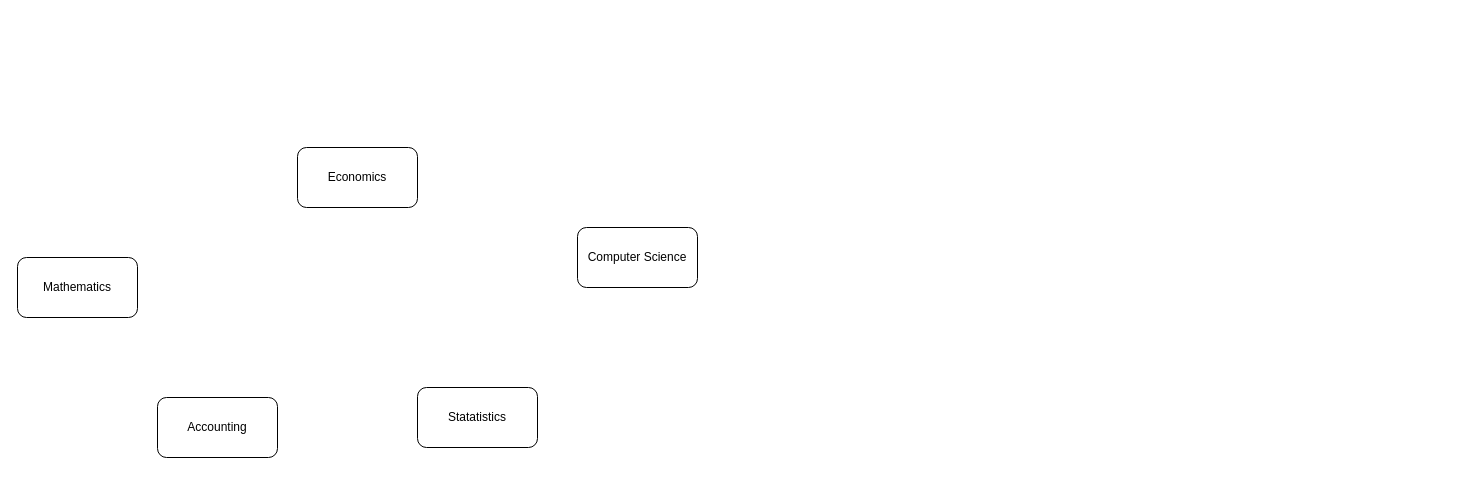
Above: understanding-averything-software.drawio in chavp/data-modeling (draw.io), before the change. Source tidied: cells renumbered, new cells numbered last; positions are measured from the earlier drawing's top-left corner, leaving out a move shared by most shapes. Both pictures are drawn from the tidied source at 100%, with x=0, y=0 at pixel (17, 147).
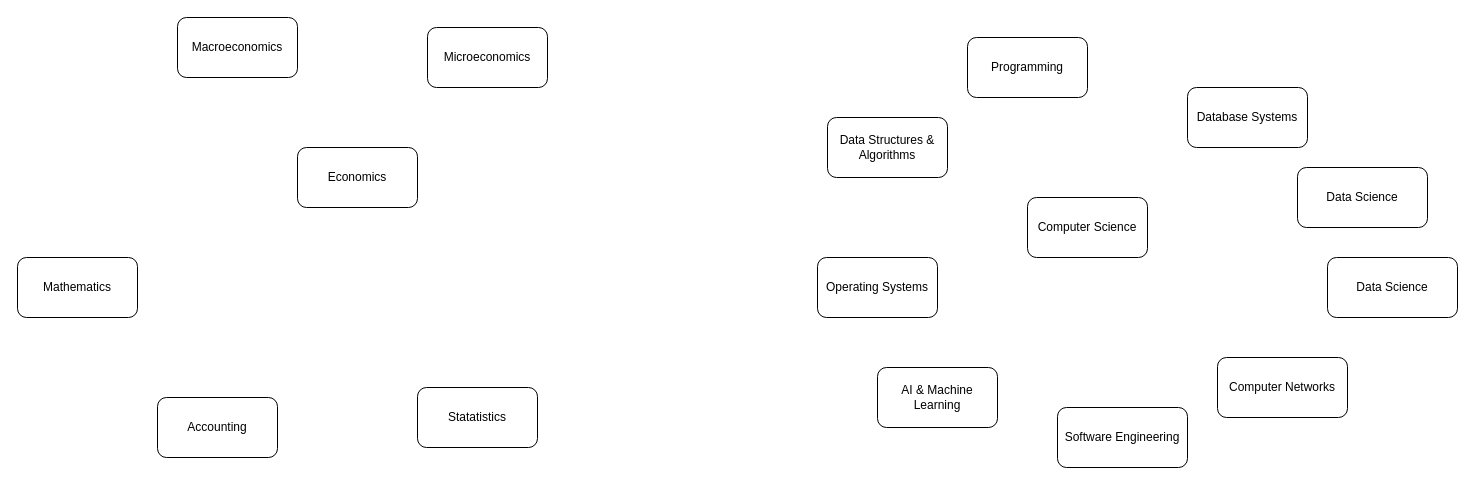
After the change.

What changed in the source:
```diff
@@
 <mxGraphModel>
   <root>
     <mxCell id="0" />
     <mxCell id="1" parent="0" />
     <mxCell id="2" value="Mathematics" style="rounded=1;whiteSpace=wrap;html=1;" parent="1" vertex="1">
       <mxGeometry y="110" width="120" height="60" as="geometry" />
     </mxCell>
     <mxCell id="3" value="Statatistics" style="rounded=1;whiteSpace=wrap;html=1;" parent="1" vertex="1">
       <mxGeometry x="400" y="240" width="120" height="60" as="geometry" />
     </mxCell>
     <mxCell id="4" value="Computer Science" style="rounded=1;whiteSpace=wrap;html=1;" parent="1" vertex="1">
-      <mxGeometry x="560" y="80" width="120" height="60" as="geometry" />
+      <mxGeometry x="1010" y="50" width="120" height="60" as="geometry" />
     </mxCell>
     <mxCell id="5" value="Economics" style="rounded=1;whiteSpace=wrap;html=1;" parent="1" vertex="1">
       <mxGeometry x="280" width="120" height="60" as="geometry" />
     </mxCell>
     <mxCell id="6" value="Accounting" style="rounded=1;whiteSpace=wrap;html=1;" parent="1" vertex="1">
       <mxGeometry x="140" y="250" width="120" height="60" as="geometry" />
     </mxCell>
+    <mxCell id="7" value="Macroeconomics" style="rounded=1;whiteSpace=wrap;html=1;" parent="1" vertex="1">
+      <mxGeometry x="160" y="-130" width="120" height="60" as="geometry" />
+    </mxCell>
+    <mxCell id="8" value="Microeconomics" style="rounded=1;whiteSpace=wrap;html=1;" parent="1" vertex="1">
+      <mxGeometry x="410" y="-120" width="120" height="60" as="geometry" />
+    </mxCell>
+    <mxCell id="9" value="Programming" style="rounded=1;whiteSpace=wrap;html=1;" parent="1" vertex="1">
+      <mxGeometry x="950" y="-110" width="120" height="60" as="geometry" />
+    </mxCell>
+    <mxCell id="10" value="Data Structures &amp;amp; Algorithms" style="rounded=1;whiteSpace=wrap;html=1;" parent="1" vertex="1">
+      <mxGeometry x="810" y="-30" width="120" height="60" as="geometry" />
+    </mxCell>
+    <mxCell id="11" value="Operating Systems" style="rounded=1;whiteSpace=wrap;html=1;" parent="1" vertex="1">
+      <mxGeometry x="800" y="110" width="120" height="60" as="geometry" />
+    </mxCell>
+    <mxCell id="12" value="Database Systems" style="rounded=1;whiteSpace=wrap;html=1;" parent="1" vertex="1">
+      <mxGeometry x="1170" y="-60" width="120" height="60" as="geometry" />
+    </mxCell>
+    <mxCell id="13" value="AI &amp;amp; Machine Learning" style="rounded=1;whiteSpace=wrap;html=1;" parent="1" vertex="1">
+      <mxGeometry x="860" y="220" width="120" height="60" as="geometry" />
+    </mxCell>
+    <mxCell id="14" value="Software Engineering" style="rounded=1;whiteSpace=wrap;html=1;" parent="1" vertex="1">
+      <mxGeometry x="1040" y="260" width="130" height="60" as="geometry" />
+    </mxCell>
+    <mxCell id="15" value="Computer Networks" style="rounded=1;whiteSpace=wrap;html=1;" parent="1" vertex="1">
+      <mxGeometry x="1200" y="210" width="130" height="60" as="geometry" />
+    </mxCell>
+    <mxCell id="16" value="Data Science" style="rounded=1;whiteSpace=wrap;html=1;" parent="1" vertex="1">
+      <mxGeometry x="1280" y="20" width="130" height="60" as="geometry" />
+    </mxCell>
+    <mxCell id="17" value="Data Science" style="rounded=1;whiteSpace=wrap;html=1;" parent="1" vertex="1">
+      <mxGeometry x="1310" y="110" width="130" height="60" as="geometry" />
+    </mxCell>
   </root>
 </mxGraphModel>
```
